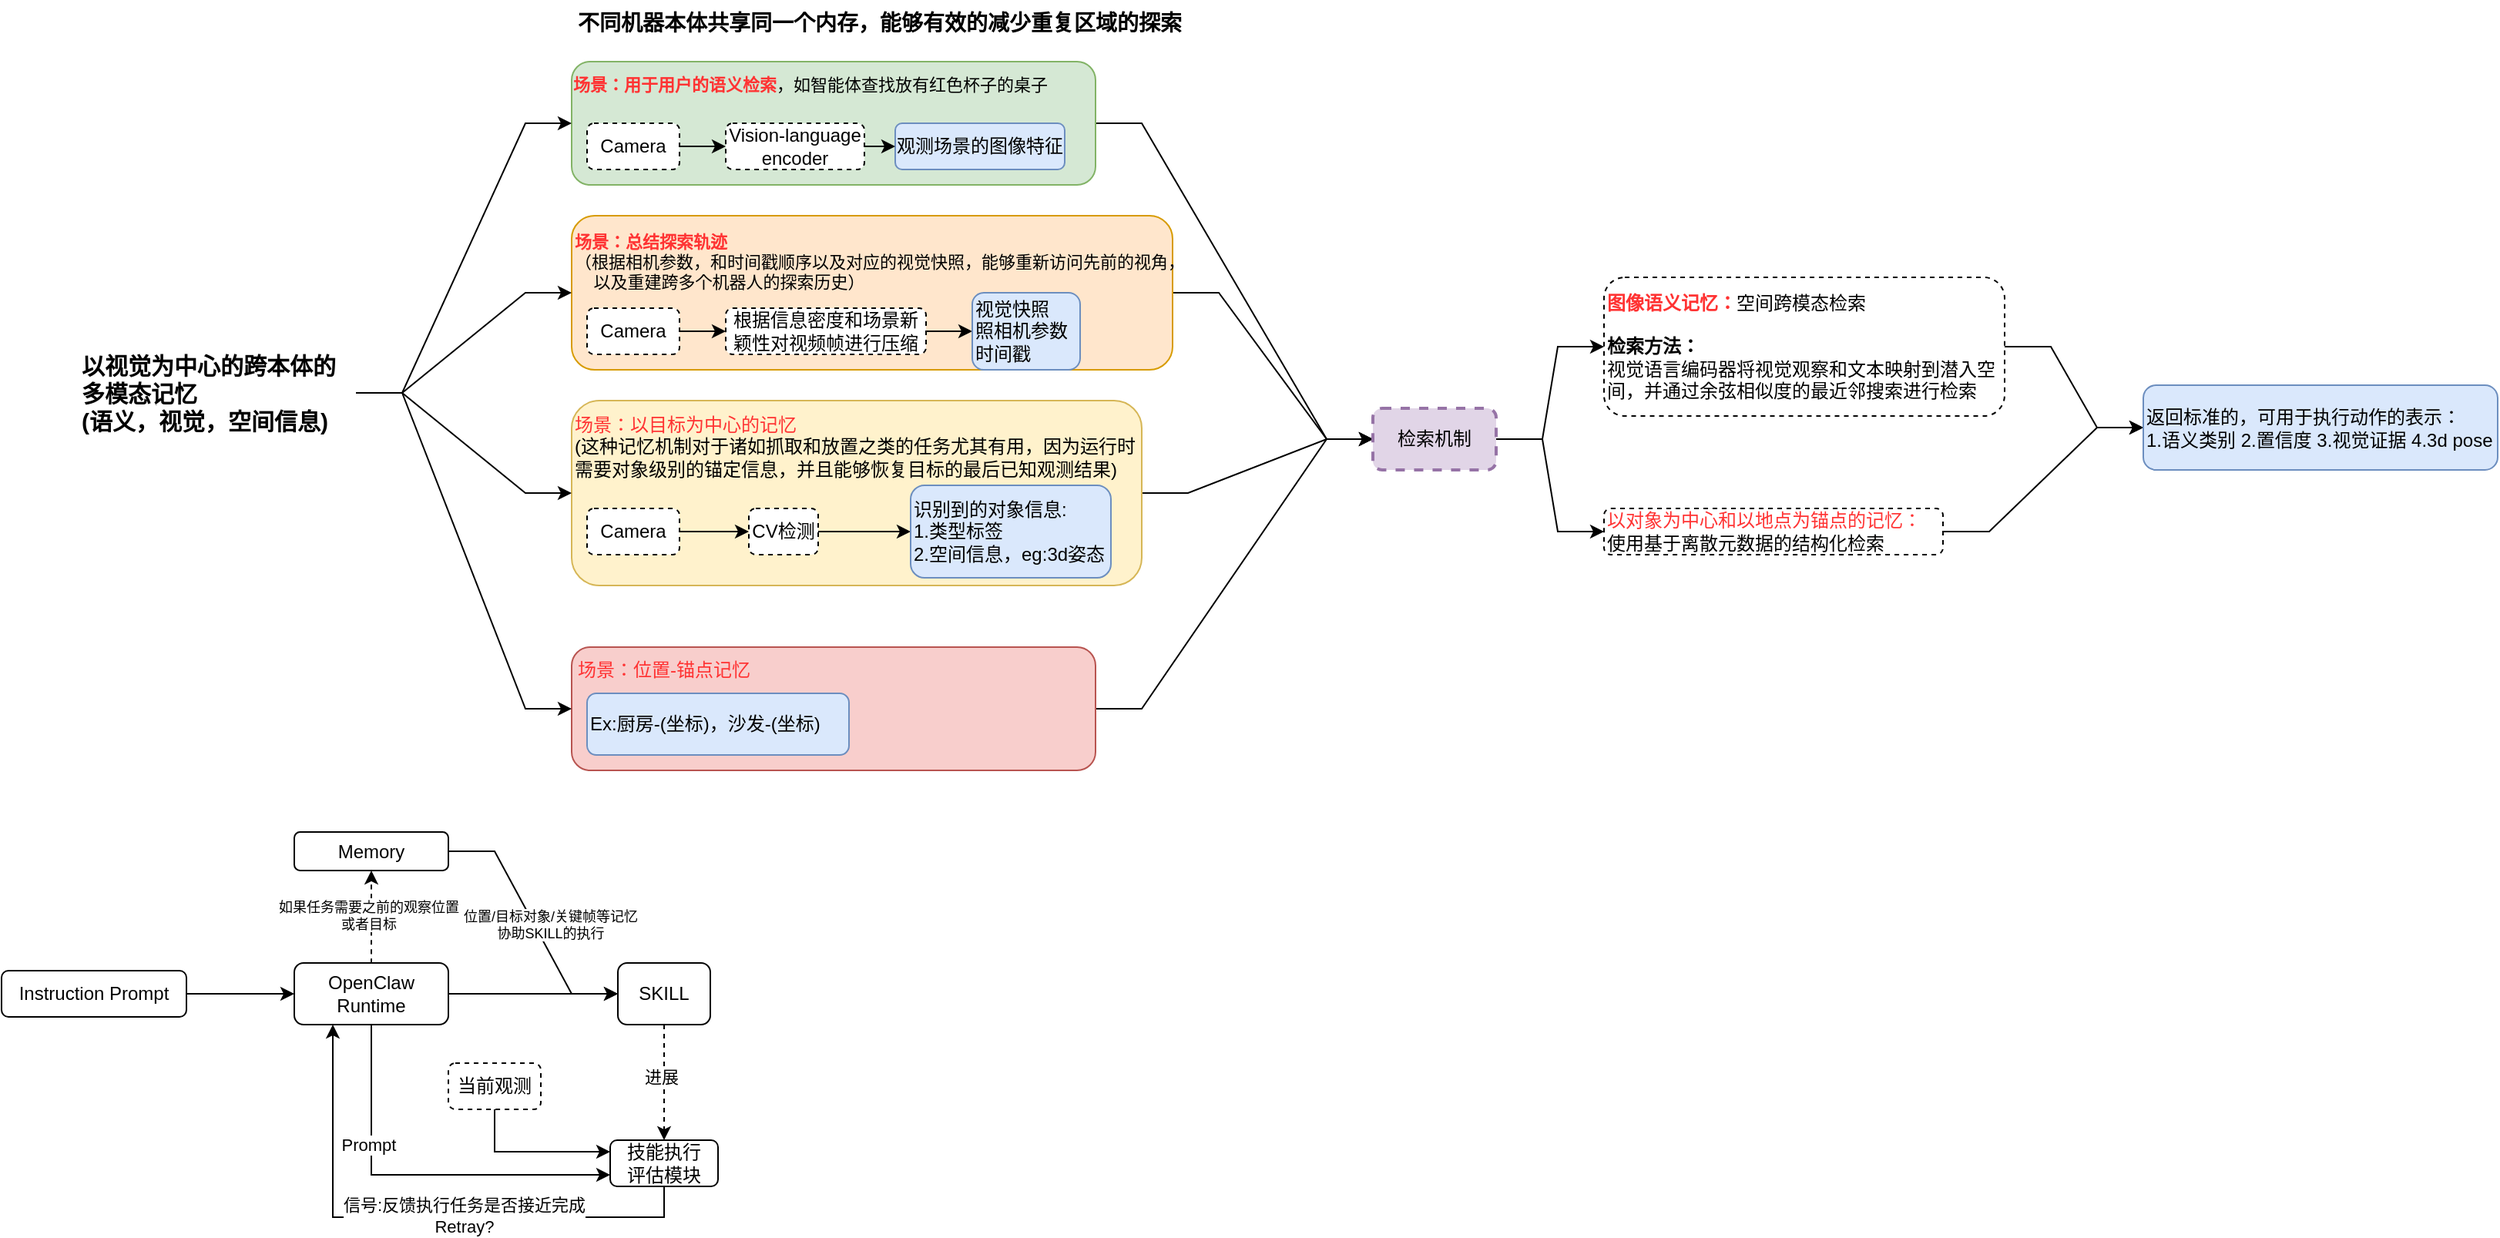
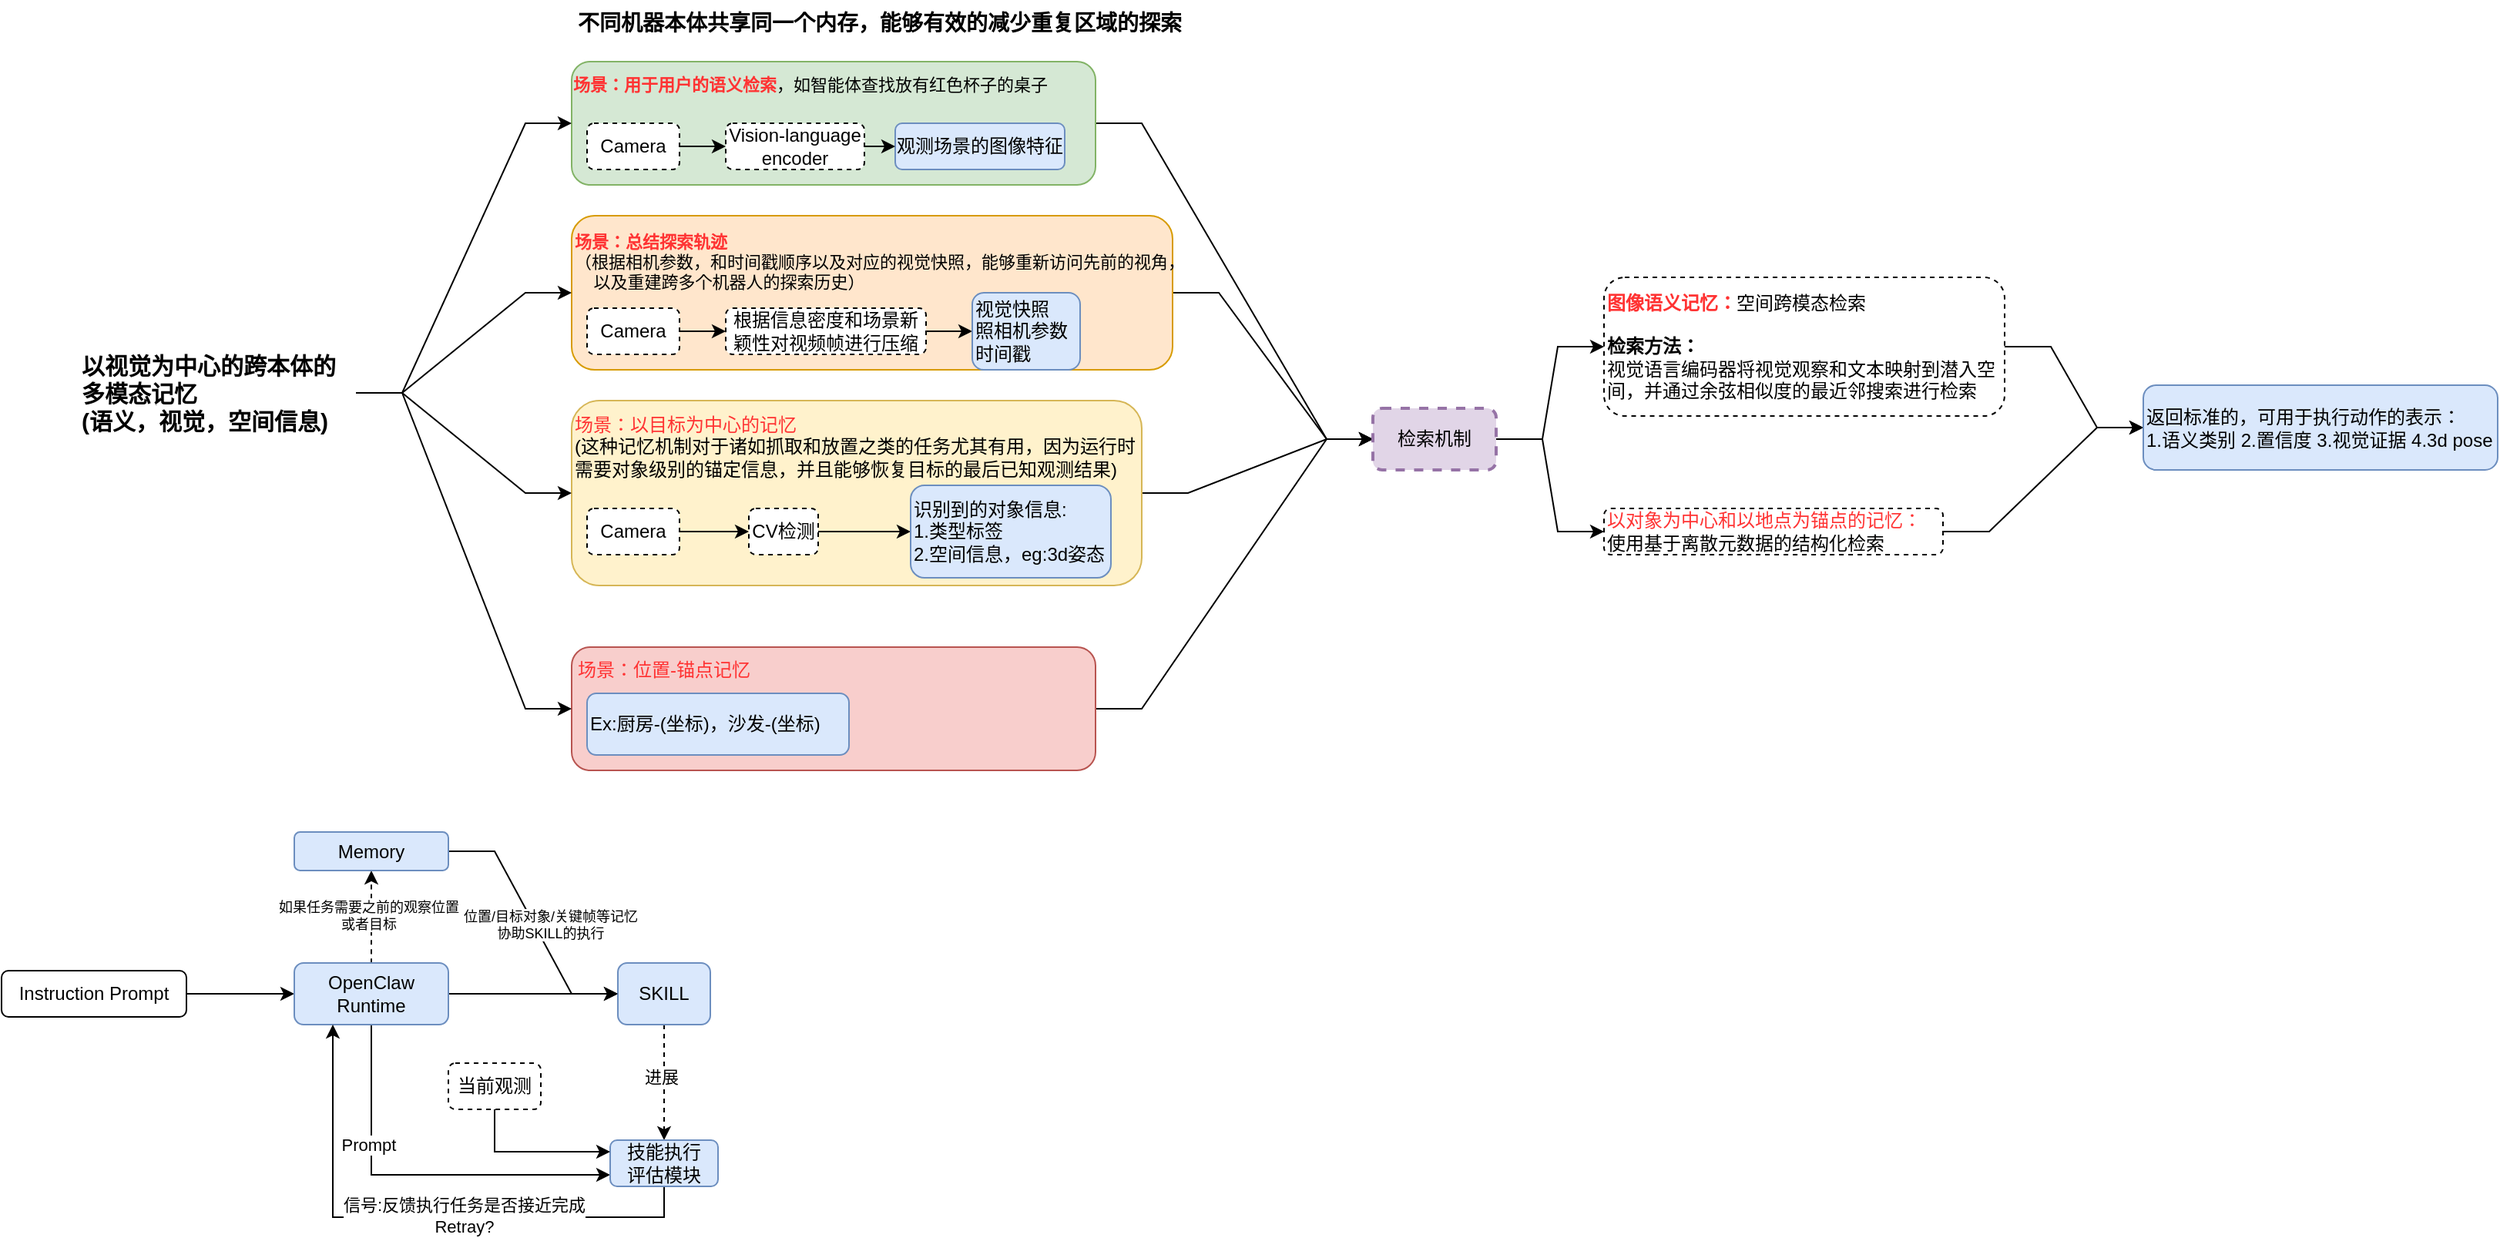
<mxfile host="app.diagrams.net">
  <diagram name="ABot-Claw" id="ri1UiOSOw__C7K71Jf-3">
    <mxGraphModel dx="566" dy="306" grid="1" gridSize="10" guides="1" tooltips="1" connect="1" arrows="1" fold="1" page="1" pageScale="1" pageWidth="3300" pageHeight="2339" math="0" shadow="0">
      <root>
        <mxCell id="0" />
        <mxCell id="1" parent="0" />
        <mxCell id="8uAygAgR7DF40HWwl34I-37" edge="1" parent="1" source="8uAygAgR7DF40HWwl34I-28" style="edgeStyle=entityRelationEdgeStyle;rounded=0;orthogonalLoop=1;jettySize=auto;html=1;exitX=1;exitY=0.5;exitDx=0;exitDy=0;" target="8uAygAgR7DF40HWwl34I-33">
          <mxGeometry relative="1" as="geometry" />
        </mxCell>
        <mxCell id="8uAygAgR7DF40HWwl34I-28" parent="1" style="rounded=1;whiteSpace=wrap;html=1;fillColor=#f8cecc;strokeColor=#b85450;" value="" vertex="1">
          <mxGeometry height="80" width="340" x="480" y="470" as="geometry" />
        </mxCell>
        <mxCell id="8uAygAgR7DF40HWwl34I-36" edge="1" parent="1" source="8uAygAgR7DF40HWwl34I-24" style="edgeStyle=entityRelationEdgeStyle;rounded=0;orthogonalLoop=1;jettySize=auto;html=1;exitX=1;exitY=0.5;exitDx=0;exitDy=0;entryX=0;entryY=0.5;entryDx=0;entryDy=0;" target="8uAygAgR7DF40HWwl34I-33">
          <mxGeometry relative="1" as="geometry">
            <mxPoint x="1020" y="320" as="targetPoint" />
          </mxGeometry>
        </mxCell>
        <mxCell id="8uAygAgR7DF40HWwl34I-24" parent="1" style="rounded=1;whiteSpace=wrap;html=1;fillColor=#fff2cc;strokeColor=#d6b656;" value="" vertex="1">
          <mxGeometry height="120" width="370" x="480" y="310" as="geometry" />
        </mxCell>
        <mxCell id="8uAygAgR7DF40HWwl34I-35" edge="1" parent="1" source="8uAygAgR7DF40HWwl34I-17" style="edgeStyle=entityRelationEdgeStyle;rounded=0;orthogonalLoop=1;jettySize=auto;html=1;exitX=1;exitY=0.5;exitDx=0;exitDy=0;entryX=0;entryY=0.5;entryDx=0;entryDy=0;" target="8uAygAgR7DF40HWwl34I-33">
          <mxGeometry relative="1" as="geometry" />
        </mxCell>
        <mxCell id="8uAygAgR7DF40HWwl34I-17" parent="1" style="rounded=1;whiteSpace=wrap;html=1;fillColor=#ffe6cc;strokeColor=#d79b00;" value="" vertex="1">
          <mxGeometry height="100" width="390" x="480" y="190" as="geometry" />
        </mxCell>
        <mxCell id="8uAygAgR7DF40HWwl34I-34" edge="1" parent="1" source="8uAygAgR7DF40HWwl34I-16" style="edgeStyle=entityRelationEdgeStyle;rounded=0;orthogonalLoop=1;jettySize=auto;html=1;exitX=1;exitY=0.5;exitDx=0;exitDy=0;entryX=0;entryY=0.5;entryDx=0;entryDy=0;" target="8uAygAgR7DF40HWwl34I-33">
          <mxGeometry relative="1" as="geometry" />
        </mxCell>
        <mxCell id="8uAygAgR7DF40HWwl34I-16" parent="1" style="rounded=1;whiteSpace=wrap;html=1;fillColor=#d5e8d4;strokeColor=#82b366;" value="" vertex="1">
          <mxGeometry height="80" width="340" x="480" y="90" as="geometry" />
        </mxCell>
        <mxCell id="8uAygAgR7DF40HWwl34I-29" edge="1" parent="1" source="8uAygAgR7DF40HWwl34I-1" style="edgeStyle=entityRelationEdgeStyle;rounded=0;orthogonalLoop=1;jettySize=auto;html=1;exitX=1;exitY=0.5;exitDx=0;exitDy=0;entryX=0;entryY=0.5;entryDx=0;entryDy=0;" target="8uAygAgR7DF40HWwl34I-16">
          <mxGeometry relative="1" as="geometry" />
        </mxCell>
        <mxCell id="8uAygAgR7DF40HWwl34I-30" edge="1" parent="1" source="8uAygAgR7DF40HWwl34I-1" style="edgeStyle=entityRelationEdgeStyle;rounded=0;orthogonalLoop=1;jettySize=auto;html=1;exitX=1;exitY=0.5;exitDx=0;exitDy=0;entryX=0;entryY=0.5;entryDx=0;entryDy=0;" target="8uAygAgR7DF40HWwl34I-28">
          <mxGeometry relative="1" as="geometry" />
        </mxCell>
        <mxCell id="8uAygAgR7DF40HWwl34I-31" edge="1" parent="1" source="8uAygAgR7DF40HWwl34I-1" style="edgeStyle=entityRelationEdgeStyle;rounded=0;orthogonalLoop=1;jettySize=auto;html=1;exitX=1;exitY=0.5;exitDx=0;exitDy=0;entryX=0;entryY=0.5;entryDx=0;entryDy=0;" target="8uAygAgR7DF40HWwl34I-17">
          <mxGeometry relative="1" as="geometry" />
        </mxCell>
        <mxCell id="8uAygAgR7DF40HWwl34I-32" edge="1" parent="1" source="8uAygAgR7DF40HWwl34I-1" style="edgeStyle=entityRelationEdgeStyle;rounded=0;orthogonalLoop=1;jettySize=auto;html=1;exitX=1;exitY=0.5;exitDx=0;exitDy=0;entryX=0;entryY=0.5;entryDx=0;entryDy=0;" target="8uAygAgR7DF40HWwl34I-24">
          <mxGeometry relative="1" as="geometry" />
        </mxCell>
        <mxCell id="8uAygAgR7DF40HWwl34I-1" parent="1" style="text;html=1;whiteSpace=wrap;strokeColor=none;fillColor=none;align=left;verticalAlign=middle;rounded=0;fontStyle=1;fontSize=15;" value="以视觉为中心的跨本体的多模态记忆&lt;br&gt;(语义，视觉，空间信息)" vertex="1">
          <mxGeometry height="30" width="180" x="160" y="290" as="geometry" />
        </mxCell>
        <mxCell id="8uAygAgR7DF40HWwl34I-2" parent="1" style="rounded=1;whiteSpace=wrap;html=1;fillColor=#dae8fc;strokeColor=#6c8ebf;" value="观测场景的图像特征" vertex="1">
          <mxGeometry height="30" width="110" x="690" y="130" as="geometry" />
        </mxCell>
        <mxCell id="8uAygAgR7DF40HWwl34I-5" edge="1" parent="1" source="8uAygAgR7DF40HWwl34I-3" style="edgeStyle=orthogonalEdgeStyle;rounded=0;orthogonalLoop=1;jettySize=auto;html=1;exitX=1;exitY=0.5;exitDx=0;exitDy=0;entryX=0;entryY=0.5;entryDx=0;entryDy=0;" target="8uAygAgR7DF40HWwl34I-2">
          <mxGeometry relative="1" as="geometry" />
        </mxCell>
        <mxCell id="8uAygAgR7DF40HWwl34I-3" parent="1" style="rounded=1;whiteSpace=wrap;html=1;dashed=1;" value="Vision-language encoder" vertex="1">
          <mxGeometry height="30" width="90" x="580" y="130" as="geometry" />
        </mxCell>
        <mxCell id="8uAygAgR7DF40HWwl34I-6" edge="1" parent="1" source="8uAygAgR7DF40HWwl34I-4" style="edgeStyle=orthogonalEdgeStyle;rounded=0;orthogonalLoop=1;jettySize=auto;html=1;exitX=1;exitY=0.5;exitDx=0;exitDy=0;entryX=0;entryY=0.5;entryDx=0;entryDy=0;" target="8uAygAgR7DF40HWwl34I-3">
          <mxGeometry relative="1" as="geometry" />
        </mxCell>
        <mxCell id="8uAygAgR7DF40HWwl34I-4" parent="1" style="rounded=1;whiteSpace=wrap;html=1;dashed=1;" value="Camera" vertex="1">
          <mxGeometry height="30" width="60" x="490" y="130" as="geometry" />
        </mxCell>
        <mxCell id="8uAygAgR7DF40HWwl34I-7" parent="1" style="text;html=1;whiteSpace=wrap;strokeColor=none;fillColor=none;align=center;verticalAlign=middle;rounded=0;fontSize=11;" value="&lt;b&gt;&lt;font style=&quot;color: rgb(255, 51, 51);&quot;&gt;场景：用于用户的语义检索&lt;/font&gt;&lt;/b&gt;，如智能体查找放有红色杯子的桌子" vertex="1">
          <mxGeometry height="30" width="310" x="480" y="90" as="geometry" />
        </mxCell>
        <mxCell id="8uAygAgR7DF40HWwl34I-10" edge="1" parent="1" source="8uAygAgR7DF40HWwl34I-8" style="edgeStyle=orthogonalEdgeStyle;rounded=0;orthogonalLoop=1;jettySize=auto;html=1;" target="8uAygAgR7DF40HWwl34I-9" value="">
          <mxGeometry relative="1" as="geometry" />
        </mxCell>
        <mxCell id="8uAygAgR7DF40HWwl34I-8" parent="1" style="rounded=1;whiteSpace=wrap;html=1;dashed=1;" value="Camera" vertex="1">
          <mxGeometry height="30" width="60" x="490" y="250" as="geometry" />
        </mxCell>
        <mxCell id="8uAygAgR7DF40HWwl34I-14" edge="1" parent="1" source="8uAygAgR7DF40HWwl34I-9" style="edgeStyle=orthogonalEdgeStyle;rounded=0;orthogonalLoop=1;jettySize=auto;html=1;exitX=1;exitY=0.5;exitDx=0;exitDy=0;entryX=0;entryY=0.5;entryDx=0;entryDy=0;" target="8uAygAgR7DF40HWwl34I-13">
          <mxGeometry relative="1" as="geometry" />
        </mxCell>
        <mxCell id="8uAygAgR7DF40HWwl34I-9" parent="1" style="rounded=1;whiteSpace=wrap;html=1;dashed=1;" value="根据信息密度和场景新颖性对视频帧进行压缩" vertex="1">
          <mxGeometry height="30" width="130" x="580" y="250" as="geometry" />
        </mxCell>
        <mxCell id="8uAygAgR7DF40HWwl34I-11" parent="1" style="text;html=1;whiteSpace=wrap;strokeColor=none;fillColor=none;align=left;verticalAlign=middle;rounded=0;fontSize=11;" value="&lt;b&gt;&lt;font style=&quot;color: rgb(255, 51, 51);&quot;&gt;场景：总结探索轨迹&lt;/font&gt;&lt;/b&gt;&lt;br&gt;（根据相机参数，和时间戳顺序以及对应的视觉快照，能够重新访问先前的视角，&lt;br&gt;&amp;nbsp; &amp;nbsp; 以及重建跨多个机器人的探索历史）" vertex="1">
          <mxGeometry height="40" width="420" x="480" y="200" as="geometry" />
        </mxCell>
        <mxCell id="8uAygAgR7DF40HWwl34I-13" parent="1" style="rounded=1;whiteSpace=wrap;html=1;fillColor=#dae8fc;strokeColor=#6c8ebf;align=left;" value="视觉快照&lt;br&gt;&lt;span style=&quot;&quot;&gt;照相机参数&lt;/span&gt;&lt;div style=&quot;&quot;&gt;时间戳&lt;/div&gt;" vertex="1">
          <mxGeometry height="50" width="70" x="740" y="240" as="geometry" />
        </mxCell>
        <mxCell id="8uAygAgR7DF40HWwl34I-25" edge="1" parent="1" source="8uAygAgR7DF40HWwl34I-19" style="edgeStyle=orthogonalEdgeStyle;rounded=0;orthogonalLoop=1;jettySize=auto;html=1;exitX=1;exitY=0.5;exitDx=0;exitDy=0;entryX=0;entryY=0.5;entryDx=0;entryDy=0;" target="8uAygAgR7DF40HWwl34I-20">
          <mxGeometry relative="1" as="geometry" />
        </mxCell>
        <mxCell id="8uAygAgR7DF40HWwl34I-19" parent="1" style="rounded=1;whiteSpace=wrap;html=1;dashed=1;" value="Camera" vertex="1">
          <mxGeometry height="30" width="60" x="490" y="380" as="geometry" />
        </mxCell>
        <mxCell id="8uAygAgR7DF40HWwl34I-22" edge="1" parent="1" source="8uAygAgR7DF40HWwl34I-20" style="edgeStyle=orthogonalEdgeStyle;rounded=0;orthogonalLoop=1;jettySize=auto;html=1;" target="8uAygAgR7DF40HWwl34I-21" value="">
          <mxGeometry relative="1" as="geometry" />
        </mxCell>
        <mxCell id="8uAygAgR7DF40HWwl34I-20" parent="1" style="rounded=1;whiteSpace=wrap;html=1;dashed=1;" value="CV检测" vertex="1">
          <mxGeometry height="30" width="45" x="595" y="380" as="geometry" />
        </mxCell>
        <mxCell id="8uAygAgR7DF40HWwl34I-21" parent="1" style="rounded=1;whiteSpace=wrap;html=1;align=left;fillColor=#dae8fc;strokeColor=#6c8ebf;" value="识别到的对象信息:&lt;div&gt;1.类型标签&lt;br&gt;2.空间信息，eg:3d姿态&lt;/div&gt;" vertex="1">
          <mxGeometry height="60" width="130" x="700" y="365" as="geometry" />
        </mxCell>
        <mxCell id="8uAygAgR7DF40HWwl34I-23" parent="1" style="text;html=1;whiteSpace=wrap;strokeColor=none;fillColor=none;align=left;verticalAlign=middle;rounded=0;" value="&lt;font style=&quot;color: rgb(255, 51, 51);&quot;&gt;场景：以目标为中心的记忆&lt;/font&gt;&lt;br&gt;(这种记忆机制对于诸如抓取和放置之类的任务尤其有用，因为运行时需要对象级别的锚定信息，并且能够恢复目标的最后已知观测结果)" vertex="1">
          <mxGeometry height="50" width="370" x="480" y="315" as="geometry" />
        </mxCell>
        <mxCell id="8uAygAgR7DF40HWwl34I-26" parent="1" style="rounded=1;whiteSpace=wrap;html=1;align=left;fillColor=#dae8fc;strokeColor=#6c8ebf;" value="Ex:厨房-(坐标)，沙发-(坐标)" vertex="1">
          <mxGeometry height="40" width="170" x="490" y="500" as="geometry" />
        </mxCell>
        <mxCell id="8uAygAgR7DF40HWwl34I-27" parent="1" style="text;html=1;whiteSpace=wrap;strokeColor=none;fillColor=none;align=center;verticalAlign=middle;rounded=0;fontColor=#FF3333;" value="场景：&lt;span style=&quot;text-align: left;&quot;&gt;位置-锚点记忆&lt;/span&gt;" vertex="1">
          <mxGeometry height="30" width="120" x="480" y="470" as="geometry" />
        </mxCell>
        <mxCell id="8uAygAgR7DF40HWwl34I-42" edge="1" parent="1" source="8uAygAgR7DF40HWwl34I-33" style="edgeStyle=entityRelationEdgeStyle;rounded=0;orthogonalLoop=1;jettySize=auto;html=1;exitX=1;exitY=0.5;exitDx=0;exitDy=0;" target="8uAygAgR7DF40HWwl34I-40">
          <mxGeometry relative="1" as="geometry" />
        </mxCell>
        <mxCell id="8uAygAgR7DF40HWwl34I-43" edge="1" parent="1" source="8uAygAgR7DF40HWwl34I-33" style="edgeStyle=entityRelationEdgeStyle;rounded=0;orthogonalLoop=1;jettySize=auto;html=1;exitX=1;exitY=0.5;exitDx=0;exitDy=0;entryX=0;entryY=0.5;entryDx=0;entryDy=0;" target="8uAygAgR7DF40HWwl34I-41">
          <mxGeometry relative="1" as="geometry" />
        </mxCell>
        <mxCell id="8uAygAgR7DF40HWwl34I-33" parent="1" style="rounded=1;whiteSpace=wrap;html=1;fillColor=#e1d5e7;strokeColor=#9673a6;dashed=1;strokeWidth=2;" value="检索机制" vertex="1">
          <mxGeometry height="40" width="80" x="1000" y="315" as="geometry" />
        </mxCell>
        <mxCell id="8uAygAgR7DF40HWwl34I-45" edge="1" parent="1" source="8uAygAgR7DF40HWwl34I-40" style="edgeStyle=entityRelationEdgeStyle;rounded=0;orthogonalLoop=1;jettySize=auto;html=1;exitX=1;exitY=0.5;exitDx=0;exitDy=0;entryX=0;entryY=0.5;entryDx=0;entryDy=0;" target="8uAygAgR7DF40HWwl34I-44">
          <mxGeometry relative="1" as="geometry" />
        </mxCell>
        <mxCell id="8uAygAgR7DF40HWwl34I-40" parent="1" style="text;html=1;whiteSpace=wrap;strokeColor=default;fillColor=none;align=left;verticalAlign=middle;rounded=1;dashed=1;" value="&lt;b&gt;&lt;font style=&quot;color: rgb(255, 51, 51);&quot;&gt;图像语义记忆：&lt;/font&gt;&lt;/b&gt;空间跨模态检索&lt;br&gt;&lt;br&gt;&lt;b&gt;&lt;font style=&quot;color: rgb(0, 0, 0);&quot;&gt;检索方法：&lt;/font&gt;&lt;/b&gt;&lt;br&gt;视觉语言编码器将视觉观察和文本映射到潜入空间，并通过余弦相似度的最近邻搜索进行检索" vertex="1">
          <mxGeometry height="90" width="260" x="1150" y="230" as="geometry" />
        </mxCell>
        <mxCell id="8uAygAgR7DF40HWwl34I-46" edge="1" parent="1" source="8uAygAgR7DF40HWwl34I-41" style="edgeStyle=entityRelationEdgeStyle;rounded=0;orthogonalLoop=1;jettySize=auto;html=1;exitX=1;exitY=0.5;exitDx=0;exitDy=0;entryX=0;entryY=0.5;entryDx=0;entryDy=0;" target="8uAygAgR7DF40HWwl34I-44">
          <mxGeometry relative="1" as="geometry" />
        </mxCell>
        <mxCell id="8uAygAgR7DF40HWwl34I-41" parent="1" style="text;html=1;whiteSpace=wrap;strokeColor=default;fillColor=none;align=left;verticalAlign=middle;rounded=1;dashed=1;" value="&lt;font style=&quot;color: rgb(255, 51, 51);&quot;&gt;以对象为中心和以地点为锚点的记忆：&lt;/font&gt;&lt;br&gt;使用基于离散元数据的结构化检索" vertex="1">
          <mxGeometry height="30" width="220" x="1150" y="380" as="geometry" />
        </mxCell>
        <mxCell id="8uAygAgR7DF40HWwl34I-44" parent="1" style="rounded=1;whiteSpace=wrap;html=1;align=left;fillColor=#dae8fc;strokeColor=#6c8ebf;" value="返回标准的，可用于执行动作的表示：&lt;br&gt;1.语义类别 2.置信度 3.视觉证据 4.3d pose" vertex="1">
          <mxGeometry height="55" width="230" x="1500" y="300" as="geometry" />
        </mxCell>
        <mxCell id="8uAygAgR7DF40HWwl34I-47" parent="1" style="text;html=1;whiteSpace=wrap;strokeColor=none;fillColor=none;align=center;verticalAlign=middle;rounded=0;fontStyle=1;fontSize=14;" value="不同机器本体共享同一个内存，能够有效的减少重复区域的探索" vertex="1">
          <mxGeometry height="30" width="400" x="480" y="50" as="geometry" />
        </mxCell>
        <mxCell id="8uAygAgR7DF40HWwl34I-50" edge="1" parent="1" source="8uAygAgR7DF40HWwl34I-48" style="edgeStyle=entityRelationEdgeStyle;rounded=0;orthogonalLoop=1;jettySize=auto;html=1;" target="8uAygAgR7DF40HWwl34I-49" value="">
          <mxGeometry relative="1" as="geometry" />
        </mxCell>
        <mxCell id="8uAygAgR7DF40HWwl34I-48" parent="1" style="rounded=1;whiteSpace=wrap;html=1;" value="Instruction Prompt" vertex="1">
          <mxGeometry height="30" width="120" x="110" y="680" as="geometry" />
        </mxCell>
        <mxCell id="8uAygAgR7DF40HWwl34I-52" edge="1" parent="1" source="8uAygAgR7DF40HWwl34I-49" style="edgeStyle=entityRelationEdgeStyle;rounded=0;orthogonalLoop=1;jettySize=auto;html=1;" target="8uAygAgR7DF40HWwl34I-51" value="">
          <mxGeometry relative="1" as="geometry" />
        </mxCell>
        <mxCell id="8uAygAgR7DF40HWwl34I-62" edge="1" parent="1" source="8uAygAgR7DF40HWwl34I-49" style="rounded=0;orthogonalLoop=1;jettySize=auto;html=1;exitX=0.5;exitY=0;exitDx=0;exitDy=0;entryX=0.5;entryY=1;entryDx=0;entryDy=0;dashed=1;edgeStyle=orthogonalEdgeStyle;curved=1;" target="8uAygAgR7DF40HWwl34I-53">
          <mxGeometry relative="1" as="geometry">
            <mxPoint x="355" y="640" as="targetPoint" />
          </mxGeometry>
        </mxCell>
        <mxCell id="8uAygAgR7DF40HWwl34I-63" connectable="0" parent="8uAygAgR7DF40HWwl34I-62" style="edgeLabel;html=1;align=center;verticalAlign=middle;resizable=0;points=[];fontSize=9;" value="如果任务需要之前的观察位置&lt;br&gt;或者目标" vertex="1">
          <mxGeometry relative="1" x="0.053" y="2" as="geometry">
            <mxPoint as="offset" />
          </mxGeometry>
        </mxCell>
        <mxCell id="8uAygAgR7DF40HWwl34I-67" edge="1" parent="1" source="8uAygAgR7DF40HWwl34I-49" style="edgeStyle=orthogonalEdgeStyle;rounded=0;orthogonalLoop=1;jettySize=auto;html=1;exitX=0.5;exitY=1;exitDx=0;exitDy=0;entryX=0;entryY=0.75;entryDx=0;entryDy=0;" target="8uAygAgR7DF40HWwl34I-66">
          <mxGeometry relative="1" as="geometry">
            <mxPoint x="360" y="760" as="targetPoint" />
          </mxGeometry>
        </mxCell>
        <mxCell id="8uAygAgR7DF40HWwl34I-68" connectable="0" parent="8uAygAgR7DF40HWwl34I-67" style="edgeLabel;html=1;align=center;verticalAlign=middle;resizable=0;points=[];" value="Prompt" vertex="1">
          <mxGeometry relative="1" x="-0.3811" y="-2" as="geometry">
            <mxPoint as="offset" />
          </mxGeometry>
        </mxCell>
-         <mxCell id="8uAygAgR7DF40HWwl34I-49" parent="1" style="rounded=1;whiteSpace=wrap;html=1;" value="OpenClaw&lt;br&gt;Runtime" vertex="1">
+         <mxCell id="8uAygAgR7DF40HWwl34I-49" parent="1" style="rounded=1;whiteSpace=wrap;html=1;fillColor=#dae8fc;strokeColor=#6c8ebf;" value="OpenClaw&lt;br&gt;Runtime" vertex="1">
          <mxGeometry height="40" width="100" x="300" y="675" as="geometry" />
        </mxCell>
        <mxCell id="8uAygAgR7DF40HWwl34I-69" edge="1" parent="1" source="8uAygAgR7DF40HWwl34I-51" style="rounded=0;orthogonalLoop=1;jettySize=auto;html=1;exitX=0.5;exitY=1;exitDx=0;exitDy=0;entryX=0.5;entryY=0;entryDx=0;entryDy=0;startArrow=none;startFill=0;dashed=1;" target="8uAygAgR7DF40HWwl34I-66">
          <mxGeometry relative="1" as="geometry" />
        </mxCell>
        <mxCell id="8uAygAgR7DF40HWwl34I-70" connectable="0" parent="8uAygAgR7DF40HWwl34I-69" style="edgeLabel;html=1;align=center;verticalAlign=middle;resizable=0;points=[];" value="进展" vertex="1">
          <mxGeometry relative="1" x="-0.1056" y="-2" as="geometry">
            <mxPoint as="offset" />
          </mxGeometry>
        </mxCell>
-         <mxCell id="8uAygAgR7DF40HWwl34I-51" parent="1" style="rounded=1;whiteSpace=wrap;html=1;" value="SKILL" vertex="1">
+         <mxCell id="8uAygAgR7DF40HWwl34I-51" parent="1" style="rounded=1;whiteSpace=wrap;html=1;fillColor=#dae8fc;strokeColor=#6c8ebf;" value="SKILL" vertex="1">
          <mxGeometry height="40" width="60" x="510" y="675" as="geometry" />
        </mxCell>
        <mxCell id="8uAygAgR7DF40HWwl34I-64" edge="1" parent="1" source="8uAygAgR7DF40HWwl34I-53" style="edgeStyle=entityRelationEdgeStyle;rounded=0;orthogonalLoop=1;jettySize=auto;html=1;exitX=1;exitY=0.5;exitDx=0;exitDy=0;entryX=0;entryY=0.5;entryDx=0;entryDy=0;" target="8uAygAgR7DF40HWwl34I-51">
          <mxGeometry relative="1" as="geometry" />
        </mxCell>
        <mxCell id="8uAygAgR7DF40HWwl34I-65" connectable="0" parent="8uAygAgR7DF40HWwl34I-64" style="edgeLabel;html=1;align=center;verticalAlign=middle;resizable=0;points=[];fontSize=9;" value="位置/目标对象/关键帧等记忆&lt;br&gt;协助SKILL的执行" vertex="1">
          <mxGeometry relative="1" x="-0.1048" as="geometry">
            <mxPoint x="15" y="9" as="offset" />
          </mxGeometry>
        </mxCell>
-         <mxCell id="8uAygAgR7DF40HWwl34I-53" parent="1" style="rounded=1;whiteSpace=wrap;html=1;" value="Memory" vertex="1">
+         <mxCell id="8uAygAgR7DF40HWwl34I-53" parent="1" style="rounded=1;whiteSpace=wrap;html=1;fillColor=#dae8fc;strokeColor=#6c8ebf;" value="Memory" vertex="1">
          <mxGeometry height="25" width="100" x="300" y="590" as="geometry" />
        </mxCell>
        <mxCell id="8uAygAgR7DF40HWwl34I-74" edge="1" parent="1" source="8uAygAgR7DF40HWwl34I-66" style="edgeStyle=orthogonalEdgeStyle;rounded=0;orthogonalLoop=1;jettySize=auto;html=1;exitX=0.5;exitY=1;exitDx=0;exitDy=0;entryX=0.25;entryY=1;entryDx=0;entryDy=0;" target="8uAygAgR7DF40HWwl34I-49">
          <mxGeometry relative="1" as="geometry" />
        </mxCell>
        <mxCell id="8uAygAgR7DF40HWwl34I-75" connectable="0" parent="8uAygAgR7DF40HWwl34I-74" style="edgeLabel;html=1;align=center;verticalAlign=middle;resizable=0;points=[];" value="信号:反馈执行任务是否接近完成&lt;br&gt;Retray?" vertex="1">
          <mxGeometry relative="1" x="-0.1644" y="-1" as="geometry">
            <mxPoint as="offset" />
          </mxGeometry>
        </mxCell>
-         <mxCell id="8uAygAgR7DF40HWwl34I-66" parent="1" style="rounded=1;whiteSpace=wrap;html=1;" value="技能执行&lt;br&gt;评估模块" vertex="1">
+         <mxCell id="8uAygAgR7DF40HWwl34I-66" parent="1" style="rounded=1;whiteSpace=wrap;html=1;fillColor=#dae8fc;strokeColor=#6c8ebf;" value="技能执行&lt;br&gt;评估模块" vertex="1">
          <mxGeometry height="30" width="70" x="505" y="790" as="geometry" />
        </mxCell>
        <mxCell id="8uAygAgR7DF40HWwl34I-73" edge="1" parent="1" source="8uAygAgR7DF40HWwl34I-71" style="edgeStyle=orthogonalEdgeStyle;rounded=0;orthogonalLoop=1;jettySize=auto;html=1;exitX=0.5;exitY=1;exitDx=0;exitDy=0;entryX=0;entryY=0.25;entryDx=0;entryDy=0;" target="8uAygAgR7DF40HWwl34I-66">
          <mxGeometry relative="1" as="geometry" />
        </mxCell>
        <mxCell id="8uAygAgR7DF40HWwl34I-71" parent="1" style="rounded=1;whiteSpace=wrap;html=1;dashed=1;" value="当前观测" vertex="1">
          <mxGeometry height="30" width="60" x="400" y="740" as="geometry" />
        </mxCell>
      </root>
    </mxGraphModel>
  </diagram>
</mxfile>
